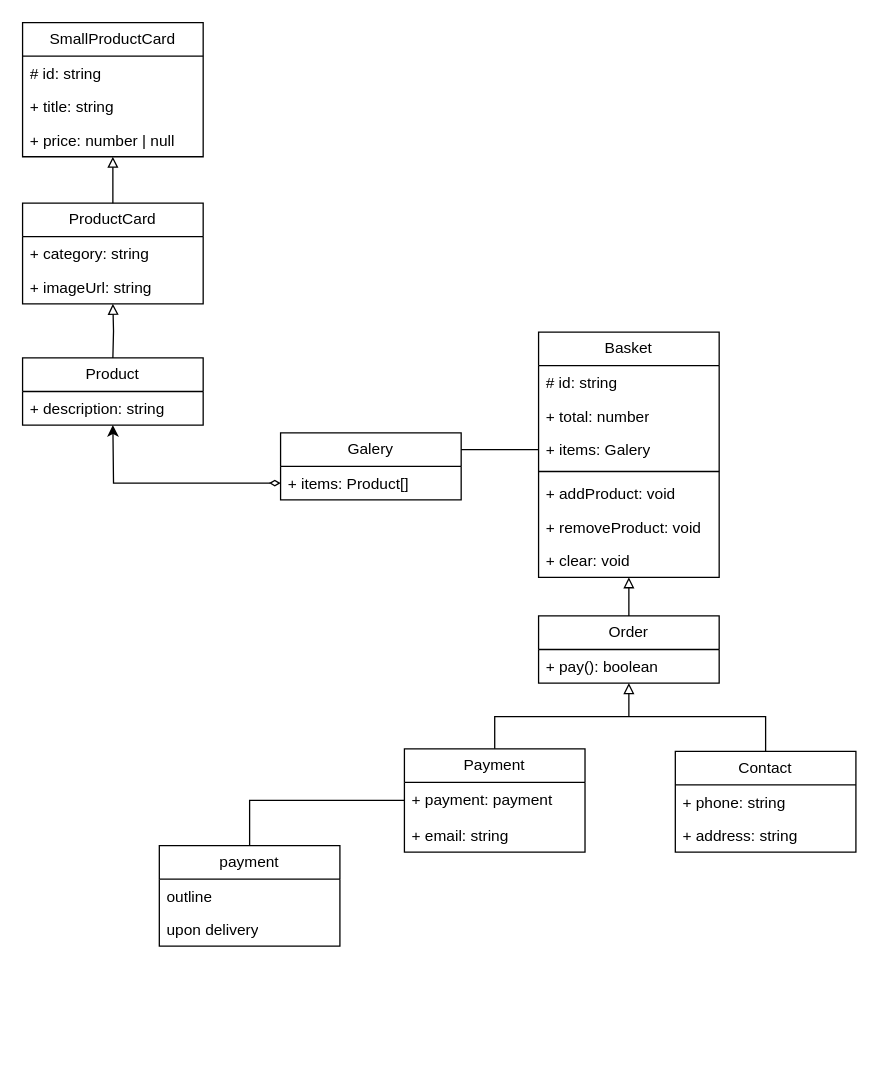
Above: web-larek-frontend.drawio in Kazannik/web-larek-frontend (draw.io), before the change. Source tidied: cells renumbered, new cells numbered last; positions are measured from the earlier drawing's top-left corner, leaving out a move shared by most shapes. Both pictures are drawn from the tidied source at 129%, with x=0, y=0 at pixel (22, 22).
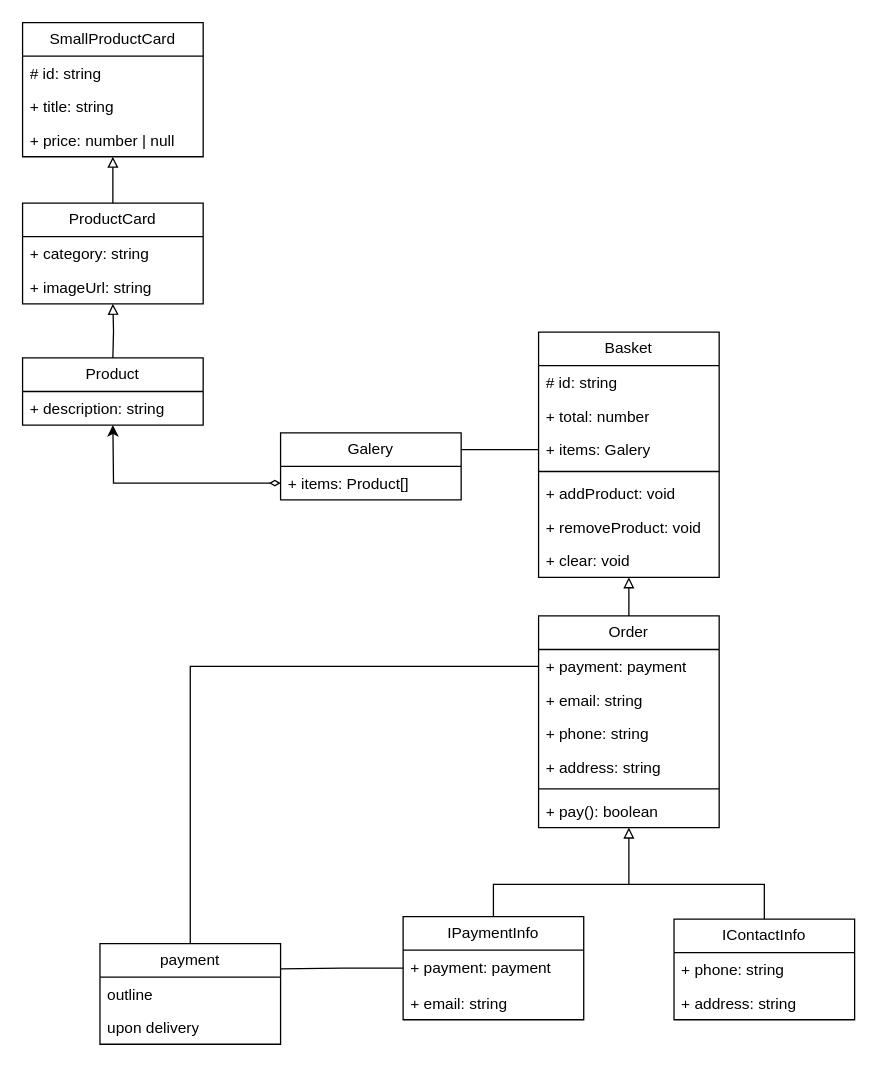
The same page after the edit.

The change refers to these unchanged cells:
```xml
<mxCell id="38" value="+ payment: payment" style="text;align=left;verticalAlign=top;spacingLeft=4;spacingRight=4;overflow=hidden;points=[[0,0.5],[1,0.5]];portConstraint=eastwest;" parent="37" vertex="1">
  <mxGeometry y="26" width="140" height="28" as="geometry" />
</mxCell>
```

The edit, as a diff of the source:
```diff
@@
+    <mxCell id="40" style="edgeStyle=orthogonalEdgeStyle;rounded=0;jettySize=auto;html=1;entryX=0;entryY=0.5;entryDx=0;entryDy=0;endArrow=none;endFill=0;" parent="1" edge="1" source="3" target="42">
+      <mxGeometry relative="1" as="geometry" />
+    </mxCell>
     <mxCell id="3" value="payment" style="swimlane;fontStyle=0;horizontal=1;startSize=26;fillColor=none;whiteSpace=wrap;html=1;" parent="1" vertex="1">
-      <mxGeometry x="106" y="638" width="140" height="78" as="geometry" />
+      <mxGeometry x="60" y="714" width="140" height="78" as="geometry" />
     </mxCell>
@@
-    <mxCell id="6" style="edgeStyle=orthogonalEdgeStyle;rounded=0;jettySize=auto;html=1;entryX=0.5;entryY=0;entryDx=0;entryDy=0;endArrow=none;endFill=0;" parent="1" edge="1" source="38" target="3">
+    <mxCell id="6" style="edgeStyle=orthogonalEdgeStyle;rounded=0;jettySize=auto;html=1;entryX=1;entryY=0.25;entryDx=0;entryDy=0;endArrow=none;endFill=0;" parent="1" edge="1" source="38" target="3">
       <mxGeometry relative="1" as="geometry" />
     </mxCell>
@@
-    <mxCell id="30" style="edgeStyle=orthogonalEdgeStyle;rounded=0;jettySize=auto;html=1;endArrow=none;endFill=0;startArrow=block;startFill=0;" parent="1" edge="1" source="31">
-      <mxGeometry relative="1" as="geometry">
-        <mxPoint x="470" y="538" as="targetPoint" />
-      </mxGeometry>
-    </mxCell>
+    <mxCell id="41" style="edgeStyle=orthogonalEdgeStyle;rounded=0;jettySize=auto;html=1;endArrow=none;endFill=0;startArrow=block;startFill=0;" parent="1" edge="1" source="31">
+      <mxGeometry relative="1" as="geometry">
+        <mxPoint x="470" y="668" as="targetPoint" />
+      </mxGeometry>
+    </mxCell>
     <mxCell id="31" value="Order" style="swimlane;fontStyle=0;horizontal=1;startSize=26;fillColor=none;whiteSpace=wrap;html=1;" parent="1" vertex="1">
-      <mxGeometry x="400" y="460" width="140" height="52" as="geometry" />
+      <mxGeometry x="400" y="460" width="140" height="164" as="geometry" />
     </mxCell>
+    <mxCell id="42" value="+ payment: payment" style="text;strokeColor=none;fillColor=none;align=left;verticalAlign=top;spacingLeft=4;spacingRight=4;overflow=hidden;points=[[0,0.5],[1,0.5]];portConstraint=eastwest;whiteSpace=wrap;html=1;" parent="31" vertex="1">
+      <mxGeometry y="26" width="140" height="26" as="geometry" />
+    </mxCell>
+    <mxCell id="43" value="+ email: string" style="text;strokeColor=none;fillColor=none;align=left;verticalAlign=top;spacingLeft=4;spacingRight=4;overflow=hidden;whiteSpace=wrap;html=1;" parent="31" vertex="1">
+      <mxGeometry y="52" width="140" height="26" as="geometry" />
+    </mxCell>
+    <mxCell id="44" value="+ phone: string" style="text;strokeColor=none;fillColor=none;align=left;verticalAlign=top;spacingLeft=4;spacingRight=4;overflow=hidden;whiteSpace=wrap;html=1;" parent="31" vertex="1">
+      <mxGeometry y="78" width="140" height="26" as="geometry" />
+    </mxCell>
+    <mxCell id="45" value="+ address: string" style="text;strokeColor=none;fillColor=none;align=left;verticalAlign=top;spacingLeft=4;spacingRight=4;overflow=hidden;whiteSpace=wrap;html=1;" parent="31" vertex="1">
+      <mxGeometry y="104" width="140" height="26" as="geometry" />
+    </mxCell>
+    <mxCell id="46" style="line;strokeWidth=1;fillColor=none;align=left;verticalAlign=middle;spacingTop=-1;spacingLeft=3;spacingRight=3;labelPosition=right;strokeColor=inherit;" parent="31" vertex="1">
+      <mxGeometry y="130" width="140" height="8" as="geometry" />
+    </mxCell>
     <mxCell id="32" value="+ pay(): boolean" style="text;strokeColor=none;fillColor=none;align=left;verticalAlign=top;spacingLeft=4;spacingRight=4;overflow=hidden;whiteSpace=wrap;html=1;" parent="31" vertex="1">
-      <mxGeometry y="26" width="140" height="26" as="geometry" />
+      <mxGeometry y="138" width="140" height="26" as="geometry" />
     </mxCell>
-    <mxCell id="33" value="Contact" style="swimlane;fontStyle=0;horizontal=1;startSize=26;fillColor=none;whiteSpace=wrap;html=1;" parent="1" vertex="1">
-      <mxGeometry x="506" y="565" width="140" height="78" as="geometry" />
+    <mxCell id="33" value="IContactInfo" style="swimlane;fontStyle=0;horizontal=1;startSize=26;fillColor=none;whiteSpace=wrap;html=1;" parent="1" vertex="1">
+      <mxGeometry x="505" y="695" width="140" height="78" as="geometry" />
     </mxCell>
@@
     <mxCell id="36" style="edgeStyle=orthogonalEdgeStyle;rounded=0;jettySize=auto;html=1;entryX=0.5;entryY=0;entryDx=0;entryDy=0;endArrow=none;endFill=0;" parent="1" edge="1" source="37" target="33">
       <mxGeometry relative="1" as="geometry">
         <Array as="points">
-          <mxPoint x="366" y="538" />
-          <mxPoint x="576" y="538" />
+          <mxPoint x="365" y="668" />
+          <mxPoint x="575" y="668" />
         </Array>
       </mxGeometry>
     </mxCell>
-    <mxCell id="37" value="Payment" style="swimlane;fontStyle=0;horizontal=1;startSize=26;fillColor=none;whiteSpace=wrap;html=1;" parent="1" vertex="1">
-      <mxGeometry x="296" y="563" width="140" height="80" as="geometry" />
+    <mxCell id="37" value="IPaymentInfo" style="swimlane;fontStyle=0;horizontal=1;startSize=26;fillColor=none;whiteSpace=wrap;html=1;" parent="1" vertex="1">
+      <mxGeometry x="295" y="693" width="140" height="80" as="geometry" />
     </mxCell>
```
